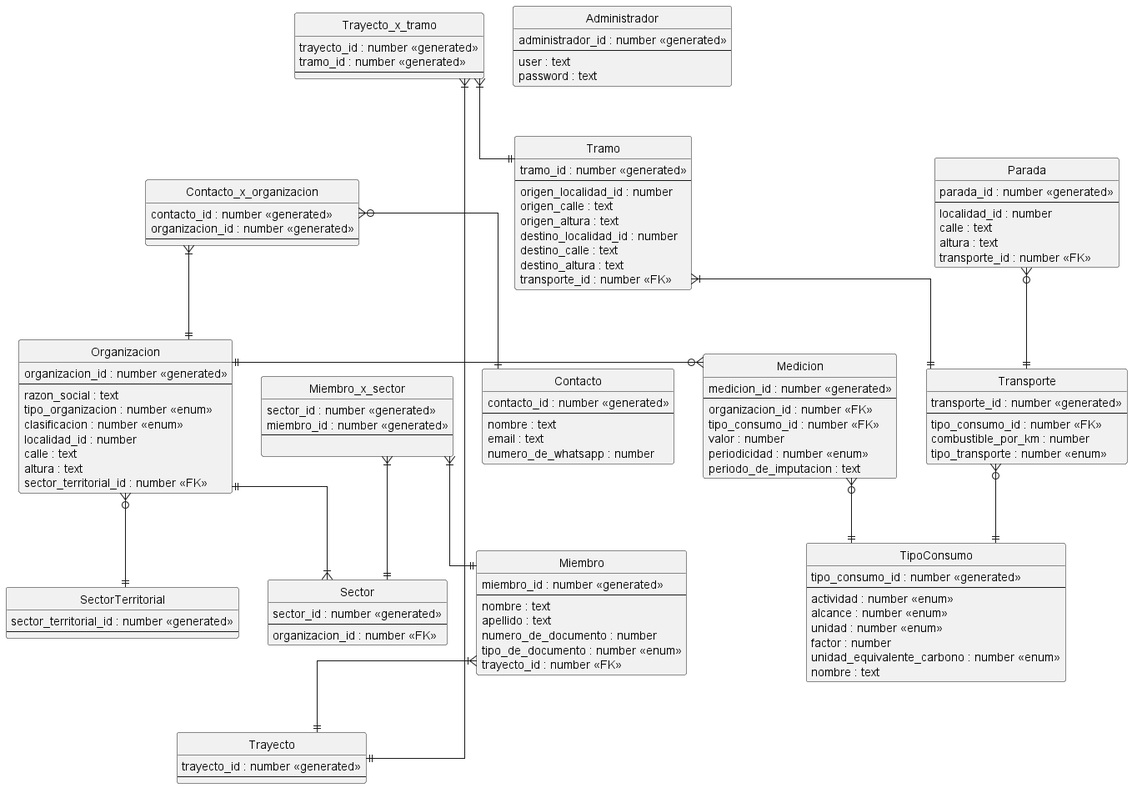
The PlantUML diagram out/DER/DER.png in mbeorlegui/tpa-dds-2022, before a commit.
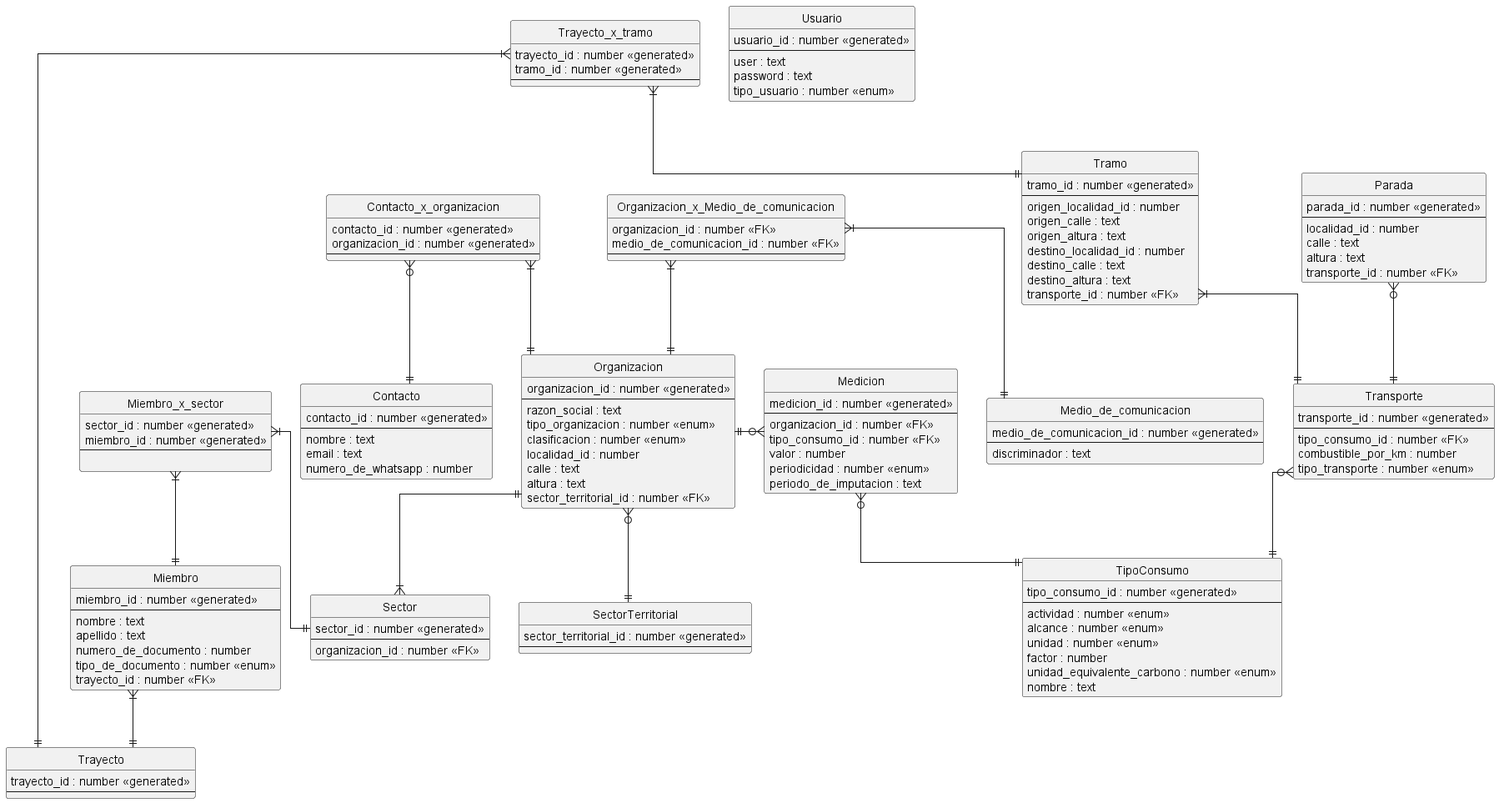
The same diagram one commit later.

Commit message:
Modificado: Administrador a Usuario en diagramas

The edit, as a diff of the source:
```diff
@@ -118,11 +118,24 @@
   transporte_id : number <<FK>>
 }
 
-entity Administrador {
-  administrador_id : number <<generated>>
+entity Usuario {
+  usuario_id : number <<generated>>
   --
   user : text
   password : text
+  tipo_usuario : number <<enum>>
+}
+
+entity Medio_de_comunicacion {
+    medio_de_comunicacion_id : number <<generated>>
+    --
+    discriminador : text
+}
+
+entity Organizacion_x_Medio_de_comunicacion {
+    organizacion_id : number <<FK>>
+    medio_de_comunicacion_id : number <<FK>>
+    --
 }
 
 Organizacion ||--|{ Sector
@@ -134,6 +147,9 @@
 Transporte }o--|| TipoConsumo
 Organizacion }o--|| SectorTerritorial
 
+Organizacion_x_Medio_de_comunicacion }|--||Medio_de_comunicacion
+Organizacion_x_Medio_de_comunicacion }|--||Organizacion
+
 Contacto_x_organizacion }o--||Contacto
 Contacto_x_organizacion }|--||Organizacion
 Miembro_x_sector }|--||Miembro
```
